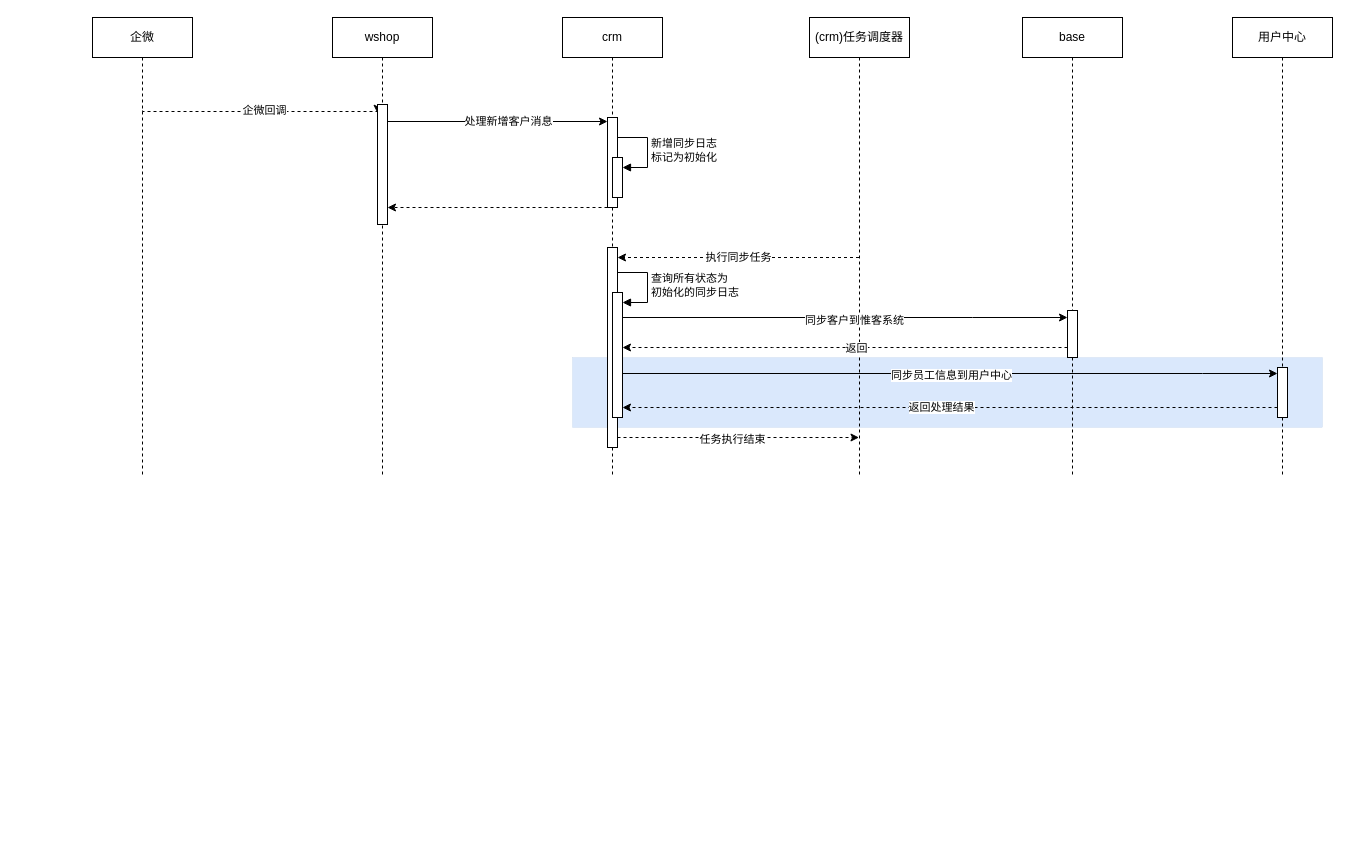
This is oneId.drawio from 330129161/draw.io, a draw.io file, before an edit. Source tidied: cells renumbered, new cells numbered last; positions are measured from the earlier drawing's top-left corner, leaving out a move shared by most shapes. Both pictures are drawn from the tidied source at 100%, with x=0, y=0 at pixel (92, 17).
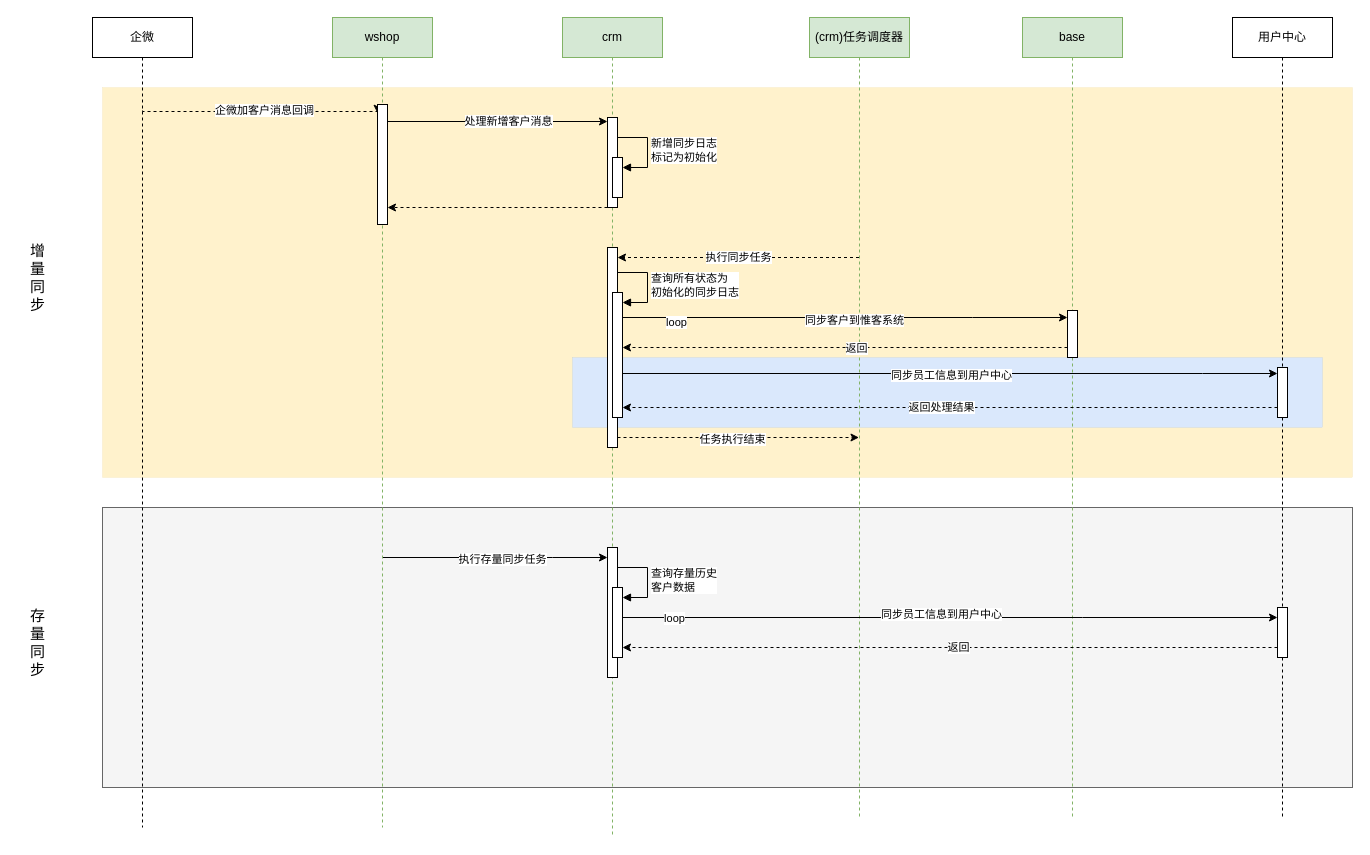
Above is the later version.

The change refers to these unchanged cells:
```xml
<mxCell id="3" style="edgeStyle=elbowEdgeStyle;rounded=0;orthogonalLoop=1;jettySize=auto;html=1;elbow=vertical;curved=0;dashed=1;" parent="1" edge="1">
  <mxGeometry relative="1" as="geometry">
    <mxPoint x="50" y="93" as="sourcePoint" />
    <mxPoint x="285" y="95.7" as="targetPoint" />
  </mxGeometry>
</mxCell>
```

What changed in the source:
```diff
@@
+    <mxCell id="34" style="rounded=0;whiteSpace=wrap;html=1;fillColor=#f5f5f5;strokeColor=#666666;fontColor=#333333;" parent="1" vertex="1">
+      <mxGeometry x="10" y="490" width="1250" height="280" as="geometry" />
+    </mxCell>
+    <mxCell id="35" style="rounded=0;whiteSpace=wrap;html=1;fillColor=#fff2cc;strokeColor=#d6b656;strokeWidth=0;" parent="1" vertex="1">
+      <mxGeometry x="10" y="70" width="1250" height="390" as="geometry" />
+    </mxCell>
@@
-    <mxCell id="4" value="企微回调" style="edgeLabel;html=1;align=center;verticalAlign=middle;" parent="3" vertex="1">
+    <mxCell id="4" value="企微加客户消息回调" style="edgeLabel;html=1;align=center;verticalAlign=middle;" parent="3" vertex="1">
       <mxGeometry x="-0.19" y="3" relative="1" as="geometry">
         <mxPoint x="26" y="1" as="offset" />
       </mxGeometry>
     </mxCell>
     <mxCell id="5" value="企微" style="shape=umlLifeline;perimeter=lifelinePerimeter;whiteSpace=wrap;html=1;newEdgeStyle={&quot;edgeStyle&quot;:&quot;elbowEdgeStyle&quot;,&quot;elbow&quot;:&quot;vertical&quot;,&quot;curved&quot;:0,&quot;rounded&quot;:0};" parent="1" vertex="1">
-      <mxGeometry width="100" height="460" as="geometry" />
+      <mxGeometry width="100" height="810" as="geometry" />
     </mxCell>
+    <mxCell id="36" style="edgeStyle=elbowEdgeStyle;rounded=0;jettySize=auto;html=1;elbow=vertical;curved=0;" parent="1" edge="1" source="6" target="38">
+      <mxGeometry relative="1" as="geometry">
+        <Array as="points">
+          <mxPoint x="460" y="540" />
+        </Array>
+      </mxGeometry>
+    </mxCell>
+    <mxCell id="37" value="执行存量同步任务" style="edgeLabel;html=1;align=center;verticalAlign=middle;" parent="36" vertex="1">
+      <mxGeometry x="0.07" y="-1" relative="1" as="geometry">
+        <mxPoint x="-1" as="offset" />
+      </mxGeometry>
+    </mxCell>
-    <mxCell id="6" value="wshop" style="shape=umlLifeline;perimeter=lifelinePerimeter;whiteSpace=wrap;html=1;outlineConnect=0;portConstraint=eastwest;newEdgeStyle={&quot;edgeStyle&quot;:&quot;elbowEdgeStyle&quot;,&quot;elbow&quot;:&quot;vertical&quot;,&quot;curved&quot;:0,&quot;rounded&quot;:0};" parent="1" vertex="1">
-      <mxGeometry x="240" width="100" height="460" as="geometry" />
+    <mxCell id="6" value="wshop" style="shape=umlLifeline;perimeter=lifelinePerimeter;whiteSpace=wrap;html=1;outlineConnect=0;portConstraint=eastwest;newEdgeStyle={&quot;edgeStyle&quot;:&quot;elbowEdgeStyle&quot;,&quot;elbow&quot;:&quot;vertical&quot;,&quot;curved&quot;:0,&quot;rounded&quot;:0};fillColor=#d5e8d4;strokeColor=#82b366;" parent="1" vertex="1">
+      <mxGeometry x="240" width="100" height="810" as="geometry" />
     </mxCell>
@@
-    <mxCell id="8" value="crm" style="shape=umlLifeline;perimeter=lifelinePerimeter;whiteSpace=wrap;html=1;newEdgeStyle={&quot;edgeStyle&quot;:&quot;elbowEdgeStyle&quot;,&quot;elbow&quot;:&quot;vertical&quot;,&quot;curved&quot;:0,&quot;rounded&quot;:0};" parent="1" vertex="1">
-      <mxGeometry x="470" width="100" height="460" as="geometry" />
+    <mxCell id="8" value="crm" style="shape=umlLifeline;perimeter=lifelinePerimeter;whiteSpace=wrap;html=1;newEdgeStyle={&quot;edgeStyle&quot;:&quot;elbowEdgeStyle&quot;,&quot;elbow&quot;:&quot;vertical&quot;,&quot;curved&quot;:0,&quot;rounded&quot;:0};fillColor=#d5e8d4;strokeColor=#82b366;" parent="1" vertex="1">
+      <mxGeometry x="470" width="100" height="820" as="geometry" />
     </mxCell>
@@
+    <mxCell id="38" style="html=1;points=[];perimeter=orthogonalPerimeter;outlineConnect=0;targetShapes=umlLifeline;portConstraint=eastwest;newEdgeStyle={&quot;edgeStyle&quot;:&quot;elbowEdgeStyle&quot;,&quot;elbow&quot;:&quot;vertical&quot;,&quot;curved&quot;:0,&quot;rounded&quot;:0};" parent="8" vertex="1">
+      <mxGeometry x="45" y="530" width="10" height="130" as="geometry" />
+    </mxCell>
+    <mxCell id="39" style="html=1;points=[];perimeter=orthogonalPerimeter;outlineConnect=0;targetShapes=umlLifeline;portConstraint=eastwest;newEdgeStyle={&quot;edgeStyle&quot;:&quot;elbowEdgeStyle&quot;,&quot;elbow&quot;:&quot;vertical&quot;,&quot;curved&quot;:0,&quot;rounded&quot;:0};" parent="8" vertex="1">
+      <mxGeometry x="50" y="570" width="10" height="70" as="geometry" />
+    </mxCell>
+    <mxCell id="40" value="查询存量历史&lt;br&gt;客户数据" style="html=1;align=left;spacingLeft=2;endArrow=block;rounded=0;edgeStyle=orthogonalEdgeStyle;curved=0;rounded=0;" parent="8" edge="1" target="39">
+      <mxGeometry relative="1" as="geometry">
+        <mxPoint x="55" y="550" as="sourcePoint" />
+        <Array as="points">
+          <mxPoint x="85" y="580" />
+        </Array>
+      </mxGeometry>
+    </mxCell>
@@
-    <mxCell id="18" value="(crm)任务调度器" style="shape=umlLifeline;perimeter=lifelinePerimeter;whiteSpace=wrap;html=1;outlineConnect=0;portConstraint=eastwest;newEdgeStyle={&quot;edgeStyle&quot;:&quot;elbowEdgeStyle&quot;,&quot;elbow&quot;:&quot;vertical&quot;,&quot;curved&quot;:0,&quot;rounded&quot;:0};" parent="1" vertex="1">
-      <mxGeometry x="717" width="100" height="460" as="geometry" />
+    <mxCell id="18" value="(crm)任务调度器" style="shape=umlLifeline;perimeter=lifelinePerimeter;whiteSpace=wrap;html=1;outlineConnect=0;portConstraint=eastwest;newEdgeStyle={&quot;edgeStyle&quot;:&quot;elbowEdgeStyle&quot;,&quot;elbow&quot;:&quot;vertical&quot;,&quot;curved&quot;:0,&quot;rounded&quot;:0};fillColor=#d5e8d4;strokeColor=#82b366;" parent="1" vertex="1">
+      <mxGeometry x="717" width="100" height="800" as="geometry" />
     </mxCell>
@@
-    <mxCell id="20" value="base" style="shape=umlLifeline;perimeter=lifelinePerimeter;whiteSpace=wrap;html=1;newEdgeStyle={&quot;edgeStyle&quot;:&quot;elbowEdgeStyle&quot;,&quot;elbow&quot;:&quot;vertical&quot;,&quot;curved&quot;:0,&quot;rounded&quot;:0};" parent="1" vertex="1">
-      <mxGeometry x="930" width="100" height="460" as="geometry" />
+    <mxCell id="20" value="base" style="shape=umlLifeline;perimeter=lifelinePerimeter;whiteSpace=wrap;html=1;newEdgeStyle={&quot;edgeStyle&quot;:&quot;elbowEdgeStyle&quot;,&quot;elbow&quot;:&quot;vertical&quot;,&quot;curved&quot;:0,&quot;rounded&quot;:0};fillColor=#d5e8d4;strokeColor=#82b366;" parent="1" vertex="1">
+      <mxGeometry x="930" width="100" height="800" as="geometry" />
     </mxCell>
@@
     <mxCell id="26" value="用户中心" style="shape=umlLifeline;perimeter=lifelinePerimeter;whiteSpace=wrap;html=1;newEdgeStyle={&quot;edgeStyle&quot;:&quot;elbowEdgeStyle&quot;,&quot;elbow&quot;:&quot;vertical&quot;,&quot;curved&quot;:0,&quot;rounded&quot;:0};" parent="1" vertex="1">
-      <mxGeometry x="1140" width="100" height="460" as="geometry" />
+      <mxGeometry x="1140" width="100" height="800" as="geometry" />
     </mxCell>
@@
+    <mxCell id="41" style="html=1;points=[];perimeter=orthogonalPerimeter;outlineConnect=0;targetShapes=umlLifeline;portConstraint=eastwest;newEdgeStyle={&quot;edgeStyle&quot;:&quot;elbowEdgeStyle&quot;,&quot;elbow&quot;:&quot;vertical&quot;,&quot;curved&quot;:0,&quot;rounded&quot;:0};" parent="26" vertex="1">
+      <mxGeometry x="45" y="590" width="10" height="50" as="geometry" />
+    </mxCell>
@@
+    <mxCell id="42" value="&lt;font style=&quot;font-size: 15px;&quot;&gt;增&lt;br style=&quot;font-size: 15px;&quot;&gt;量&lt;br style=&quot;font-size: 15px;&quot;&gt;同&lt;br style=&quot;font-size: 15px;&quot;&gt;步&lt;br style=&quot;font-size: 15px;&quot;&gt;&lt;/font&gt;" style="text;html=1;align=center;verticalAlign=middle;strokeColor=none;fillColor=none;fontStyle=0;fontSize=15;" parent="1" vertex="1">
+      <mxGeometry x="-75" y="215" width="40" height="90" as="geometry" />
+    </mxCell>
+    <mxCell id="43" value="&lt;font style=&quot;font-size: 15px;&quot;&gt;存&lt;br style=&quot;font-size: 15px;&quot;&gt;量&lt;br style=&quot;font-size: 15px;&quot;&gt;同&lt;br style=&quot;font-size: 15px;&quot;&gt;步&lt;br style=&quot;font-size: 15px;&quot;&gt;&lt;/font&gt;" style="text;html=1;align=center;verticalAlign=middle;strokeColor=none;fillColor=none;fontSize=15;" parent="1" vertex="1">
+      <mxGeometry x="-75" y="580" width="40" height="90" as="geometry" />
+    </mxCell>
+    <mxCell id="44" style="edgeStyle=elbowEdgeStyle;rounded=0;jettySize=auto;html=1;elbow=vertical;curved=0;" parent="1" edge="1" source="39" target="41">
+      <mxGeometry relative="1" as="geometry">
+        <Array as="points">
+          <mxPoint x="990" y="600" />
+        </Array>
+      </mxGeometry>
+    </mxCell>
+    <mxCell id="45" value="同步员工信息到用户中心" style="edgeLabel;html=1;align=center;verticalAlign=middle;" parent="44" vertex="1">
+      <mxGeometry x="-0.03" y="4" relative="1" as="geometry" />
+    </mxCell>
+    <mxCell id="46" value="loop" style="edgeLabel;html=1;align=center;verticalAlign=middle;" parent="44" vertex="1">
+      <mxGeometry x="-0.87" relative="1" as="geometry">
+        <mxPoint x="8" as="offset" />
+      </mxGeometry>
+    </mxCell>
+    <mxCell id="47" style="edgeStyle=elbowEdgeStyle;rounded=0;jettySize=auto;html=1;elbow=vertical;curved=0;dashed=1;" parent="1" edge="1" source="41" target="39">
+      <mxGeometry relative="1" as="geometry">
+        <Array as="points">
+          <mxPoint x="910" y="630" />
+        </Array>
+      </mxGeometry>
+    </mxCell>
+    <mxCell id="48" value="返回" style="edgeLabel;html=1;align=center;verticalAlign=middle;" parent="47" vertex="1">
+      <mxGeometry x="-0.02" y="-1" relative="1" as="geometry">
+        <mxPoint x="1" as="offset" />
+      </mxGeometry>
+    </mxCell>
+    <mxCell id="49" value="loop" style="edgeLabel;html=1;align=center;verticalAlign=middle;" parent="1" vertex="1">
+      <mxGeometry x="600" y="620" as="geometry">
+        <mxPoint x="-17" y="-316" as="offset" />
+      </mxGeometry>
+    </mxCell>
```
